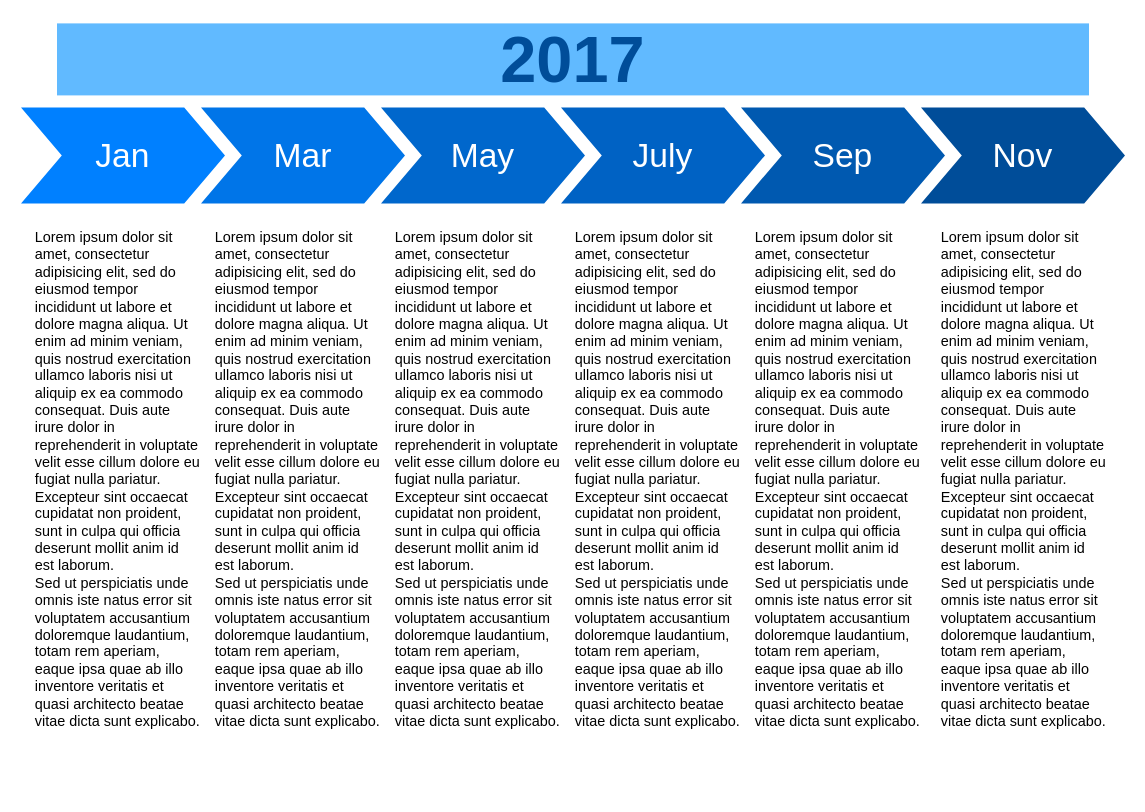
The draw.io diagram ecossistemadaformação.drawio in RosianeSangali/RosianeSangali, before the edit. Source tidied: cells renumbered, new cells numbered last; positions are measured from the earlier drawing's top-left corner, leaving out a move shared by most shapes. Both pictures are drawn from the tidied source at 120%, with x=0, y=0 at pixel (20, 23).
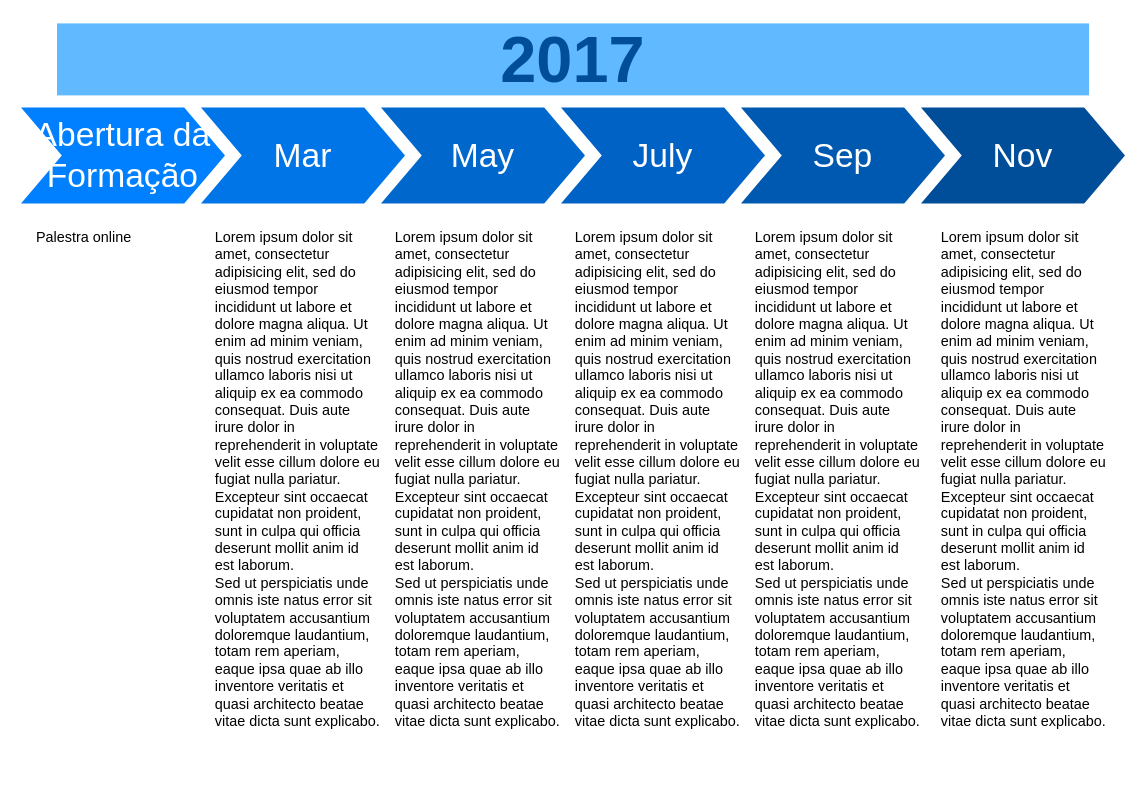
Above is the later version.

What changed in the source:
```diff
@@
 <mxGraphModel>
   <root>
     <mxCell id="0" />
     <mxCell id="1" parent="0" />
-    <mxCell id="2" value="Jan" style="shape=step;whiteSpace=wrap;html=1;fontSize=28;fillColor=#0080FF;fontColor=#FFFFFF;strokeColor=none;" parent="1" vertex="1">
+    <mxCell id="2" value="Abertura da Formação" style="shape=step;whiteSpace=wrap;html=1;fontSize=28;fillColor=#0080FF;fontColor=#FFFFFF;strokeColor=none;" parent="1" vertex="1">
       <mxGeometry y="70" width="170" height="80" as="geometry" />
     </mxCell>
     <mxCell id="3" value="Mar" style="shape=step;whiteSpace=wrap;html=1;fontSize=28;fillColor=#0075E8;fontColor=#FFFFFF;strokeColor=none;" parent="1" vertex="1">
       <mxGeometry x="150" y="70" width="170" height="80" as="geometry" />
     </mxCell>
     <mxCell id="4" value="May" style="shape=step;whiteSpace=wrap;html=1;fontSize=28;fillColor=#0067CC;fontColor=#FFFFFF;strokeColor=none;" parent="1" vertex="1">
       <mxGeometry x="300" y="70" width="170" height="80" as="geometry" />
     </mxCell>
     <mxCell id="5" value="July" style="shape=step;whiteSpace=wrap;html=1;fontSize=28;fillColor=#0062C4;fontColor=#FFFFFF;strokeColor=none;" parent="1" vertex="1">
       <mxGeometry x="450" y="70" width="170" height="80" as="geometry" />
     </mxCell>
     <mxCell id="6" value="Sep" style="shape=step;whiteSpace=wrap;html=1;fontSize=28;fillColor=#0059B0;fontColor=#FFFFFF;strokeColor=none;" parent="1" vertex="1">
       <mxGeometry x="600" y="70" width="170" height="80" as="geometry" />
     </mxCell>
     <mxCell id="7" value="Nov" style="shape=step;whiteSpace=wrap;html=1;fontSize=28;fillColor=#004D99;fontColor=#FFFFFF;strokeColor=none;" parent="1" vertex="1">
       <mxGeometry x="750" y="70" width="170" height="80" as="geometry" />
     </mxCell>
     <mxCell id="8" value="2017" style="text;html=1;strokeColor=none;fillColor=#61BAFF;align=center;verticalAlign=middle;whiteSpace=wrap;fontSize=54;fontStyle=1;fontColor=#004D99;" parent="1" vertex="1">
       <mxGeometry x="30" width="860" height="60" as="geometry" />
     </mxCell>
-    <mxCell id="9" value="Lorem ipsum dolor sit amet, consectetur adipisicing elit, sed do eiusmod tempor incididunt ut labore et dolore magna aliqua. Ut enim ad minim veniam, quis nostrud exercitation ullamco laboris nisi ut aliquip ex ea commodo consequat. Duis aute irure dolor in reprehenderit in voluptate velit esse cillum dolore eu fugiat nulla pariatur. Excepteur sint occaecat cupidatat non proident, sunt in culpa qui officia deserunt mollit anim id est laborum.&lt;br&gt;Sed ut perspiciatis unde omnis iste natus error sit voluptatem accusantium doloremque laudantium, totam rem aperiam, eaque ipsa quae ab illo inventore veritatis et quasi architecto beatae vitae dicta sunt explicabo." style="text;spacingTop=-5;fillColor=#ffffff;whiteSpace=wrap;html=1;align=left;fontSize=12;fontFamily=Helvetica;fillColor=none;strokeColor=none;" parent="1" vertex="1">
-      <mxGeometry x="10" y="170" width="140" height="470" as="geometry" />
+    <mxCell id="9" value="Palestra online&lt;div&gt;&lt;br&gt;&lt;/div&gt;" style="text;spacingTop=-5;fillColor=#ffffff;whiteSpace=wrap;html=1;align=left;fontSize=12;fontFamily=Helvetica;fillColor=none;strokeColor=none;" parent="1" vertex="1">
+      <mxGeometry x="11" y="170" width="140" height="470" as="geometry" />
     </mxCell>
     <mxCell id="10" value="Lorem ipsum dolor sit amet, consectetur adipisicing elit, sed do eiusmod tempor incididunt ut labore et dolore magna aliqua. Ut enim ad minim veniam, quis nostrud exercitation ullamco laboris nisi ut aliquip ex ea commodo consequat. Duis aute irure dolor in reprehenderit in voluptate velit esse cillum dolore eu fugiat nulla pariatur. Excepteur sint occaecat cupidatat non proident, sunt in culpa qui officia deserunt mollit anim id est laborum.&lt;br&gt;Sed ut perspiciatis unde omnis iste natus error sit voluptatem accusantium doloremque laudantium, totam rem aperiam, eaque ipsa quae ab illo inventore veritatis et quasi architecto beatae vitae dicta sunt explicabo." style="text;spacingTop=-5;fillColor=#ffffff;whiteSpace=wrap;html=1;align=left;fontSize=12;fontFamily=Helvetica;fillColor=none;strokeColor=none;" parent="1" vertex="1">
       <mxGeometry x="160" y="170" width="140" height="470" as="geometry" />
     </mxCell>
     <mxCell id="11" value="Lorem ipsum dolor sit amet, consectetur adipisicing elit, sed do eiusmod tempor incididunt ut labore et dolore magna aliqua. Ut enim ad minim veniam, quis nostrud exercitation ullamco laboris nisi ut aliquip ex ea commodo consequat. Duis aute irure dolor in reprehenderit in voluptate velit esse cillum dolore eu fugiat nulla pariatur. Excepteur sint occaecat cupidatat non proident, sunt in culpa qui officia deserunt mollit anim id est laborum.&lt;br&gt;Sed ut perspiciatis unde omnis iste natus error sit voluptatem accusantium doloremque laudantium, totam rem aperiam, eaque ipsa quae ab illo inventore veritatis et quasi architecto beatae vitae dicta sunt explicabo." style="text;spacingTop=-5;fillColor=#ffffff;whiteSpace=wrap;html=1;align=left;fontSize=12;fontFamily=Helvetica;fillColor=none;strokeColor=none;" parent="1" vertex="1">
       <mxGeometry x="310" y="170" width="140" height="470" as="geometry" />
     </mxCell>
     <mxCell id="12" value="Lorem ipsum dolor sit amet, consectetur adipisicing elit, sed do eiusmod tempor incididunt ut labore et dolore magna aliqua. Ut enim ad minim veniam, quis nostrud exercitation ullamco laboris nisi ut aliquip ex ea commodo consequat. Duis aute irure dolor in reprehenderit in voluptate velit esse cillum dolore eu fugiat nulla pariatur. Excepteur sint occaecat cupidatat non proident, sunt in culpa qui officia deserunt mollit anim id est laborum.&lt;br&gt;Sed ut perspiciatis unde omnis iste natus error sit voluptatem accusantium doloremque laudantium, totam rem aperiam, eaque ipsa quae ab illo inventore veritatis et quasi architecto beatae vitae dicta sunt explicabo." style="text;spacingTop=-5;fillColor=#ffffff;whiteSpace=wrap;html=1;align=left;fontSize=12;fontFamily=Helvetica;fillColor=none;strokeColor=none;" parent="1" vertex="1">
       <mxGeometry x="460" y="170" width="140" height="470" as="geometry" />
     </mxCell>
     <mxCell id="13" value="Lorem ipsum dolor sit amet, consectetur adipisicing elit, sed do eiusmod tempor incididunt ut labore et dolore magna aliqua. Ut enim ad minim veniam, quis nostrud exercitation ullamco laboris nisi ut aliquip ex ea commodo consequat. Duis aute irure dolor in reprehenderit in voluptate velit esse cillum dolore eu fugiat nulla pariatur. Excepteur sint occaecat cupidatat non proident, sunt in culpa qui officia deserunt mollit anim id est laborum.&lt;br&gt;Sed ut perspiciatis unde omnis iste natus error sit voluptatem accusantium doloremque laudantium, totam rem aperiam, eaque ipsa quae ab illo inventore veritatis et quasi architecto beatae vitae dicta sunt explicabo." style="text;spacingTop=-5;fillColor=#ffffff;whiteSpace=wrap;html=1;align=left;fontSize=12;fontFamily=Helvetica;fillColor=none;strokeColor=none;" parent="1" vertex="1">
       <mxGeometry x="610" y="170" width="140" height="470" as="geometry" />
     </mxCell>
     <mxCell id="14" value="Lorem ipsum dolor sit amet, consectetur adipisicing elit, sed do eiusmod tempor incididunt ut labore et dolore magna aliqua. Ut enim ad minim veniam, quis nostrud exercitation ullamco laboris nisi ut aliquip ex ea commodo consequat. Duis aute irure dolor in reprehenderit in voluptate velit esse cillum dolore eu fugiat nulla pariatur. Excepteur sint occaecat cupidatat non proident, sunt in culpa qui officia deserunt mollit anim id est laborum.&lt;br&gt;Sed ut perspiciatis unde omnis iste natus error sit voluptatem accusantium doloremque laudantium, totam rem aperiam, eaque ipsa quae ab illo inventore veritatis et quasi architecto beatae vitae dicta sunt explicabo." style="text;spacingTop=-5;fillColor=#ffffff;whiteSpace=wrap;html=1;align=left;fontSize=12;fontFamily=Helvetica;fillColor=none;strokeColor=none;" parent="1" vertex="1">
       <mxGeometry x="765" y="170" width="140" height="470" as="geometry" />
     </mxCell>
   </root>
 </mxGraphModel>
```
